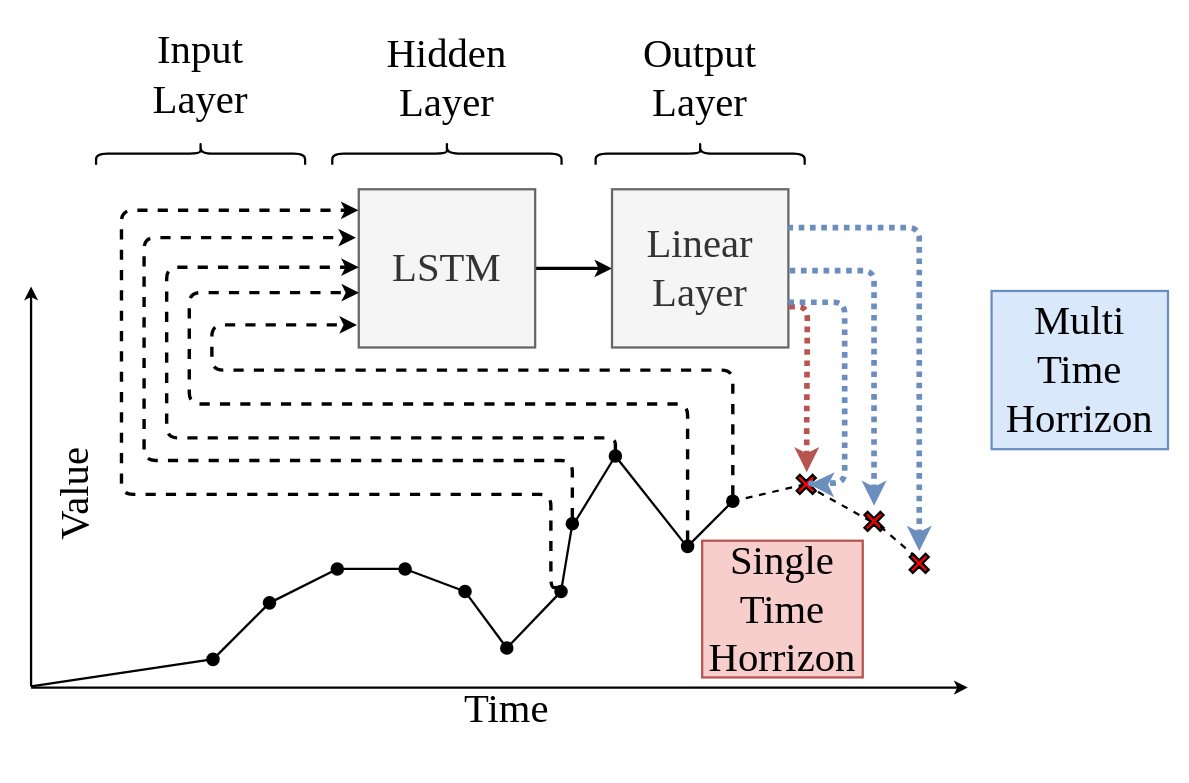
OberMarco/OberMarco.github.io keeps this draw.io diagram as akii/6_docu/model.drawio. Above is the earlier version. Source tidied: cells renumbered, new cells numbered last; positions are measured from the earlier drawing's top-left corner, leaving out a move shared by most shapes. Both pictures are drawn from the tidied source at 113%, with x=0, y=0 at pixel (-15, 19).
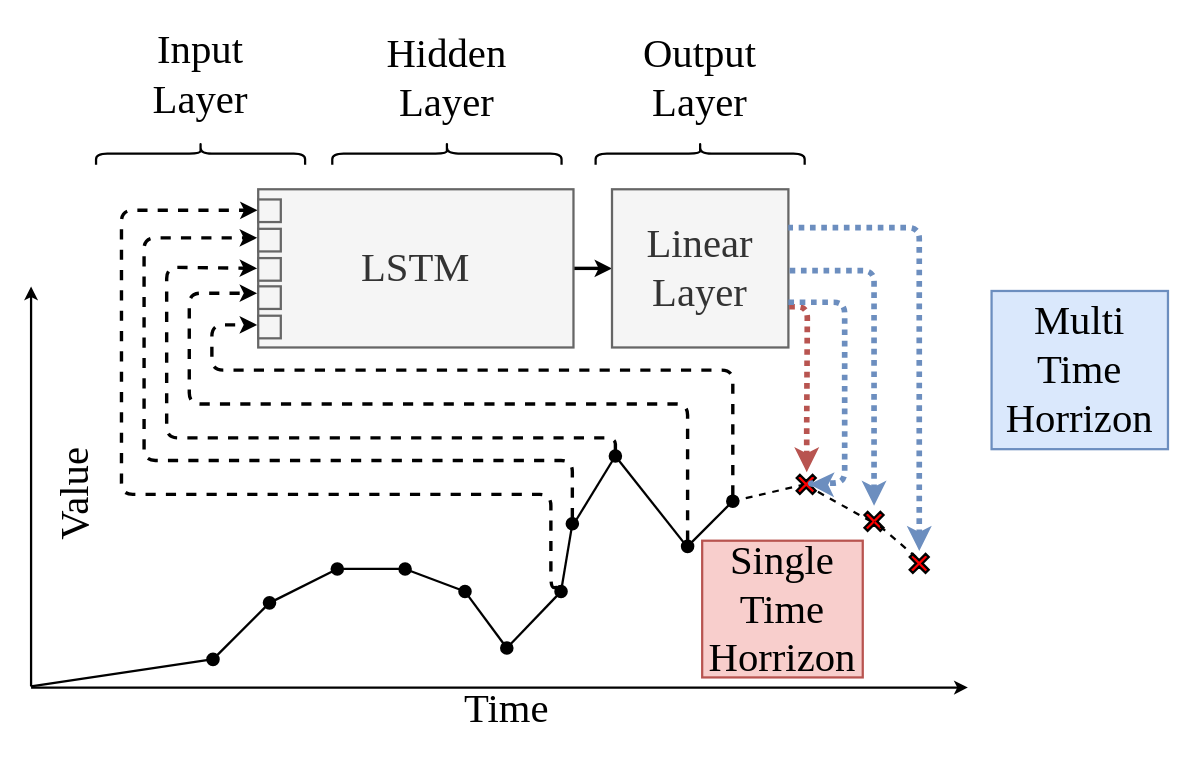
The same page after the edit.

The change refers to these unchanged cells:
```xml
<mxCell id="29" style="ellipse;whiteSpace=wrap;html=1;fillColor=#000000;fontFamily=Garamond;fontSize=36;strokeWidth=2;" parent="1" vertex="1">
  <mxGeometry x="514" y="441" width="10" height="10" as="geometry" />
</mxCell>
<mxCell id="32" style="ellipse;whiteSpace=wrap;html=1;fillColor=#000000;fontFamily=Garamond;fontSize=36;strokeWidth=2;" parent="1" vertex="1">
  <mxGeometry x="552.1" y="381" width="10" height="10" as="geometry" />
</mxCell>
<mxCell id="36" style="ellipse;whiteSpace=wrap;html=1;fillColor=#000000;fontFamily=Garamond;fontSize=36;strokeWidth=2;" parent="1" vertex="1">
  <mxGeometry x="656" y="421" width="10" height="10" as="geometry" />
</mxCell>
<mxCell id="38" style="ellipse;whiteSpace=wrap;html=1;fillColor=#000000;fontFamily=Garamond;fontSize=36;strokeWidth=2;" parent="1" vertex="1">
  <mxGeometry x="616" y="461" width="10" height="10" as="geometry" />
</mxCell>
```

Change to the diagram source:
```diff
@@
     <mxCell id="6" value="LSTM" style="text;align=center;verticalAlign=middle;rounded=0;fontFamily=Garamond;html=1;whiteSpace=wrap;fontSize=36;rotation=0;strokeWidth=2;fillColor=#f5f5f5;fontColor=#333333;strokeColor=#666666;" parent="1" vertex="1">
-      <mxGeometry x="330" y="150" width="156.1" height="140" as="geometry" />
+      <mxGeometry x="241" y="150" width="279" height="140" as="geometry" />
     </mxCell>
@@
-    <mxCell id="31" style="edgeStyle=orthogonalEdgeStyle;html=1;exitX=0.5;exitY=0;exitDx=0;exitDy=0;entryX=0;entryY=0.5;entryDx=0;entryDy=0;dashed=1;strokeWidth=3;startArrow=none;startFill=0;endArrow=classic;endFill=1;" parent="1" edge="1" source="32">
+    <mxCell id="31" style="edgeStyle=orthogonalEdgeStyle;html=1;exitX=0.5;exitY=0;exitDx=0;exitDy=0;dashed=1;strokeWidth=3;startArrow=none;startFill=0;endArrow=classic;endFill=1;" parent="1" edge="1" source="32">
       <mxGeometry relative="1" as="geometry">
-        <mxPoint x="330" y="219" as="targetPoint" />
+        <mxPoint x="240" y="220" as="targetPoint" />
         <Array as="points">
           <mxPoint x="557" y="370" />
           <mxPoint x="160" y="370" />
           <mxPoint x="160" y="219" />
         </Array>
       </mxGeometry>
     </mxCell>
@@
-    <mxCell id="35" style="edgeStyle=orthogonalEdgeStyle;html=1;dashed=1;endArrow=classic;endFill=1;strokeWidth=3;entryX=-0.01;entryY=0.864;entryDx=0;entryDy=0;entryPerimeter=0;" parent="1" edge="1" source="36">
+    <mxCell id="35" style="edgeStyle=orthogonalEdgeStyle;html=1;dashed=1;endArrow=classic;endFill=1;strokeWidth=3;" parent="1" edge="1" source="36">
       <mxGeometry relative="1" as="geometry">
-        <mxPoint x="328.4" y="270" as="targetPoint" />
+        <mxPoint x="240" y="270" as="targetPoint" />
         <Array as="points">
           <mxPoint x="661" y="310" />
           <mxPoint x="200" y="310" />
           <mxPoint x="200" y="270" />
         </Array>
       </mxGeometry>
     </mxCell>
@@
-    <mxCell id="37" style="edgeStyle=orthogonalEdgeStyle;html=1;dashed=1;endArrow=classic;endFill=1;strokeWidth=3;startArrow=none;startFill=0;entryX=0.001;entryY=0.661;entryDx=0;entryDy=0;entryPerimeter=0;" parent="1" edge="1" source="38">
+    <mxCell id="37" style="edgeStyle=orthogonalEdgeStyle;html=1;dashed=1;endArrow=classic;endFill=1;strokeWidth=3;startArrow=none;startFill=0;" parent="1" edge="1">
       <mxGeometry relative="1" as="geometry">
-        <mxPoint x="330.2" y="241.5" as="targetPoint" />
+        <mxPoint x="621" y="461" as="sourcePoint" />
+        <mxPoint x="240" y="242" as="targetPoint" />
         <Array as="points">
           <mxPoint x="621" y="340" />
           <mxPoint x="180" y="340" />
           <mxPoint x="180" y="242" />
         </Array>
       </mxGeometry>
     </mxCell>
@@
-    <mxCell id="49" style="edgeStyle=orthogonalEdgeStyle;html=1;exitX=0.5;exitY=0;exitDx=0;exitDy=0;entryX=-0.016;entryY=0.313;entryDx=0;entryDy=0;entryPerimeter=0;dashed=1;strokeWidth=3;startArrow=none;startFill=0;endArrow=classic;endFill=1;" parent="1" edge="1" source="29">
+    <mxCell id="49" style="edgeStyle=orthogonalEdgeStyle;html=1;exitX=0.5;exitY=0;exitDx=0;exitDy=0;dashed=1;strokeWidth=3;startArrow=none;startFill=0;endArrow=classic;endFill=1;" parent="1" edge="1" source="29">
       <mxGeometry relative="1" as="geometry">
-        <mxPoint x="327.5" y="192.8" as="targetPoint" />
+        <mxPoint x="240" y="193" as="targetPoint" />
         <Array as="points">
           <mxPoint x="519" y="390" />
           <mxPoint x="140" y="390" />
           <mxPoint x="140" y="193" />
         </Array>
       </mxGeometry>
     </mxCell>
@@
+    <mxCell id="54" style="text;align=center;verticalAlign=middle;rounded=0;fontFamily=Garamond;html=1;whiteSpace=wrap;fontSize=36;rotation=0;strokeWidth=2;fillColor=#f5f5f5;fontColor=#333333;strokeColor=#666666;" parent="1" vertex="1">
+      <mxGeometry x="241" y="185" width="20" height="20" as="geometry" />
+    </mxCell>
+    <mxCell id="55" style="text;align=center;verticalAlign=middle;rounded=0;fontFamily=Garamond;html=1;whiteSpace=wrap;fontSize=36;rotation=0;strokeWidth=2;fillColor=#f5f5f5;fontColor=#333333;strokeColor=#666666;" parent="1" vertex="1">
+      <mxGeometry x="241" y="210.9" width="20" height="20" as="geometry" />
+    </mxCell>
+    <mxCell id="56" style="text;align=center;verticalAlign=middle;rounded=0;fontFamily=Garamond;html=1;whiteSpace=wrap;fontSize=36;rotation=0;strokeWidth=2;fillColor=#f5f5f5;fontColor=#333333;strokeColor=#666666;" parent="1" vertex="1">
+      <mxGeometry x="241" y="159" width="20" height="20" as="geometry" />
+    </mxCell>
+    <mxCell id="57" style="text;align=center;verticalAlign=middle;rounded=0;fontFamily=Garamond;html=1;whiteSpace=wrap;fontSize=36;rotation=0;strokeWidth=2;fillColor=#f5f5f5;fontColor=#333333;strokeColor=#666666;" parent="1" vertex="1">
+      <mxGeometry x="241" y="235.9" width="20" height="20" as="geometry" />
+    </mxCell>
+    <mxCell id="58" style="text;align=center;verticalAlign=middle;rounded=0;fontFamily=Garamond;html=1;whiteSpace=wrap;fontSize=36;rotation=0;strokeWidth=2;fillColor=#f5f5f5;fontColor=#333333;strokeColor=#666666;" parent="1" vertex="1">
+      <mxGeometry x="241" y="261.9" width="20" height="20" as="geometry" />
+    </mxCell>
```
